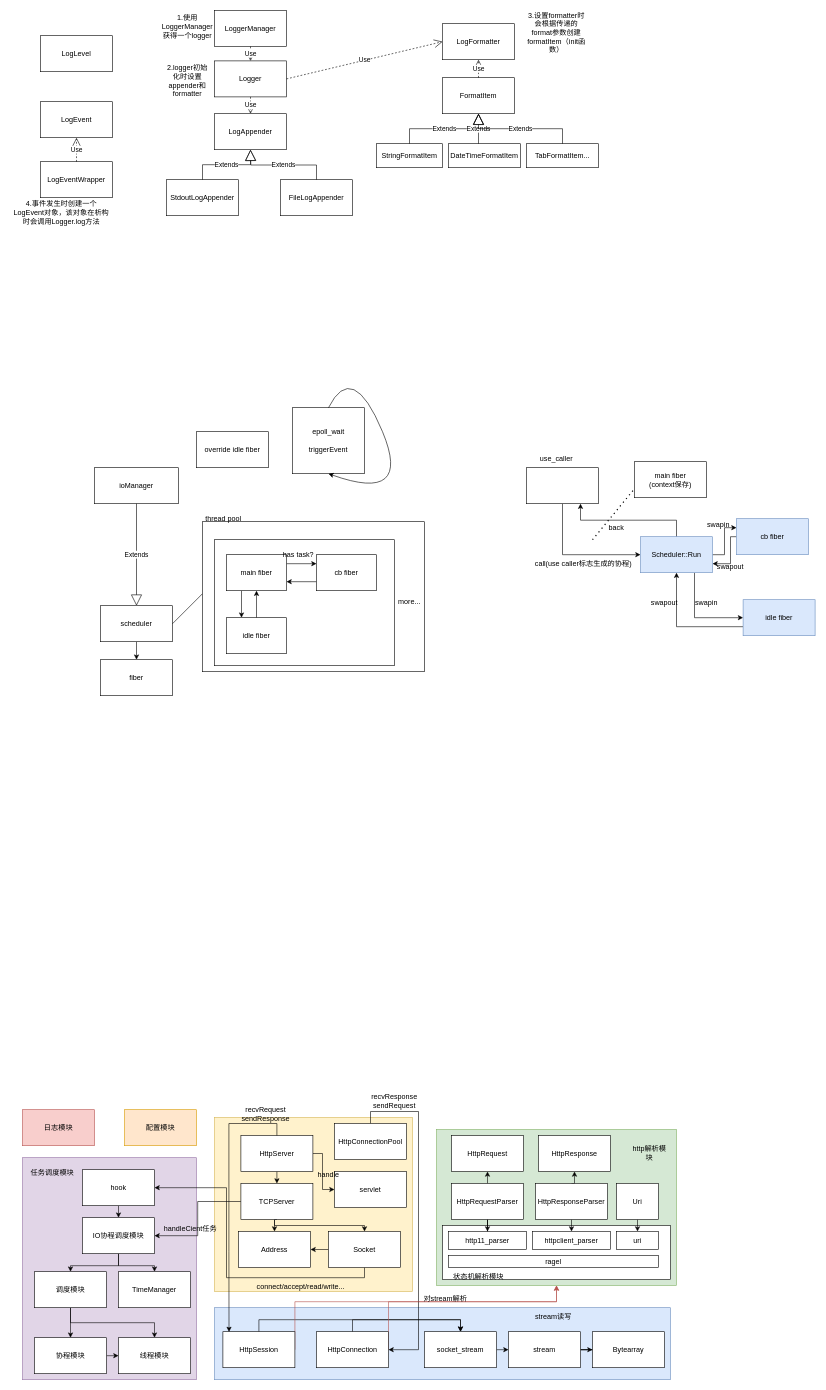
ksd11/charts keeps this draw.io diagram as sylar.drawio. Above is the earlier version. Source tidied: cells renumbered, new cells numbered last; positions are measured from the earlier drawing's top-left corner, leaving out a move shared by most shapes. Both pictures are drawn from the tidied source at 60%, with x=0, y=0 at pixel (10, 10).
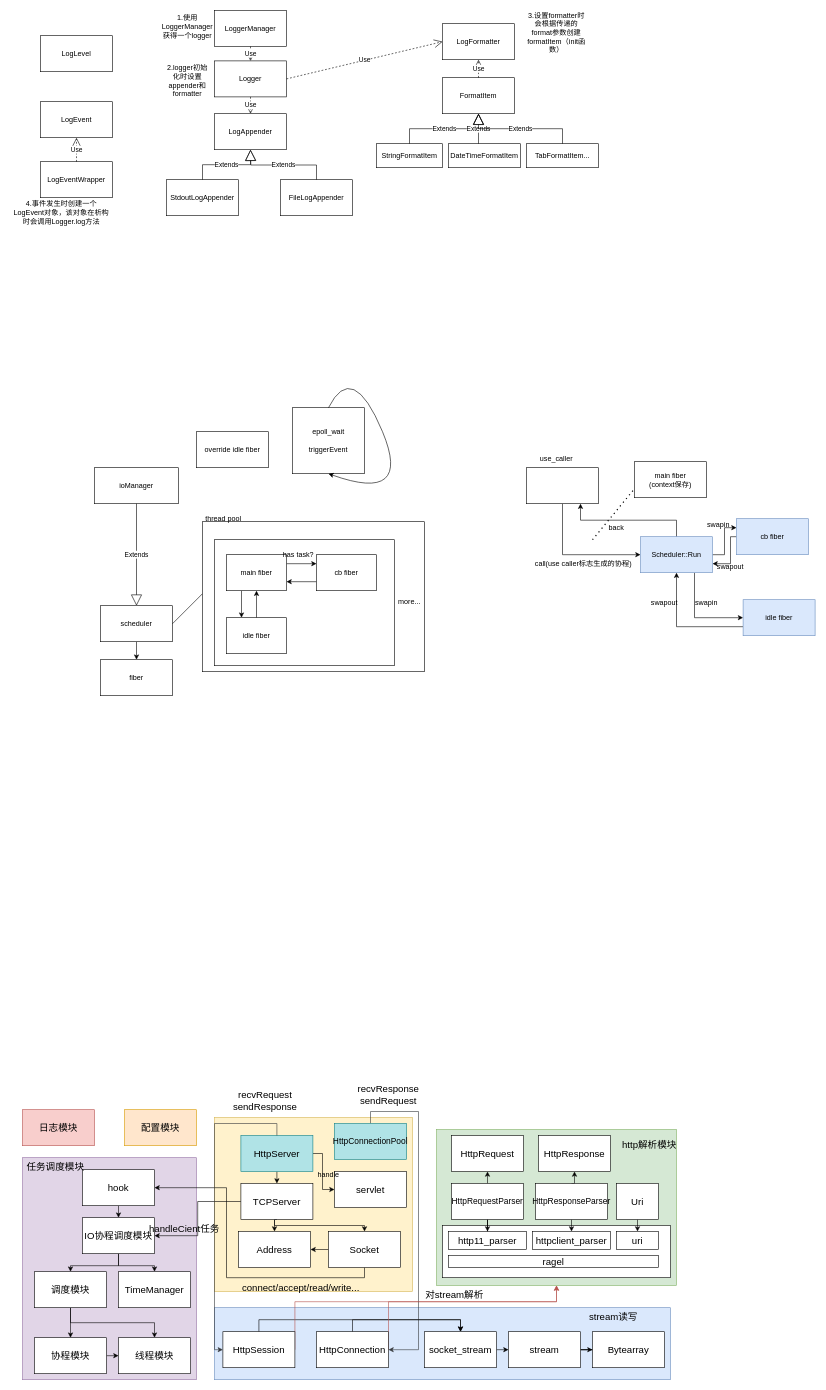
Above is the later version.

Diff of the diagram source:
```diff
@@
     <mxCell id="5" style="rounded=0;whiteSpace=wrap;html=1;" parent="1" vertex="1">
-      <mxGeometry x="720" y="2025" width="380" height="90" as="geometry" />
+      <mxGeometry x="720" y="2025" width="380" height="87" as="geometry" />
     </mxCell>
@@
-    <mxCell id="74" value="日志模块" style="rounded=0;whiteSpace=wrap;html=1;fillColor=#f8cecc;strokeColor=#b85450;" parent="1" vertex="1">
+    <mxCell id="74" value="日志模块" style="rounded=0;whiteSpace=wrap;html=1;fillColor=#f8cecc;strokeColor=#b85450;fontSize=16;" parent="1" vertex="1">
       <mxGeometry x="20" y="1832" width="120" height="60" as="geometry" />
     </mxCell>
-    <mxCell id="75" value="配置模块" style="rounded=0;whiteSpace=wrap;html=1;fillColor=#ffe6cc;strokeColor=#d79b00;" parent="1" vertex="1">
+    <mxCell id="75" value="配置模块" style="rounded=0;whiteSpace=wrap;html=1;fillColor=#ffe6cc;strokeColor=#d79b00;fontSize=16;" parent="1" vertex="1">
       <mxGeometry x="190" y="1832" width="120" height="60" as="geometry" />
     </mxCell>
-    <mxCell id="76" value="线程模块" style="rounded=0;whiteSpace=wrap;html=1;" parent="1" vertex="1">
+    <mxCell id="76" value="线程模块" style="rounded=0;whiteSpace=wrap;html=1;fontSize=16;" parent="1" vertex="1">
       <mxGeometry x="180" y="2212" width="120" height="60" as="geometry" />
     </mxCell>
@@
-    <mxCell id="78" value="协程模块" style="rounded=0;whiteSpace=wrap;html=1;" parent="1" vertex="1">
+    <mxCell id="78" value="协程模块" style="rounded=0;whiteSpace=wrap;html=1;fontSize=16;" parent="1" vertex="1">
       <mxGeometry x="40" y="2212" width="120" height="60" as="geometry" />
     </mxCell>
@@
-    <mxCell id="81" value="调度模块" style="rounded=0;whiteSpace=wrap;html=1;" parent="1" vertex="1">
+    <mxCell id="81" value="调度模块" style="rounded=0;whiteSpace=wrap;html=1;fontSize=16;" parent="1" vertex="1">
       <mxGeometry x="40" y="2102" width="120" height="60" as="geometry" />
     </mxCell>
@@
-    <mxCell id="84" value="IO协程调度模块" style="rounded=0;whiteSpace=wrap;html=1;" parent="1" vertex="1">
+    <mxCell id="84" value="IO协程调度模块" style="rounded=0;whiteSpace=wrap;html=1;fontSize=16;" parent="1" vertex="1">
       <mxGeometry x="120" y="2012" width="120" height="60" as="geometry" />
     </mxCell>
-    <mxCell id="85" value="Address" style="rounded=0;whiteSpace=wrap;html=1;" parent="1" vertex="1">
+    <mxCell id="85" value="Address" style="rounded=0;whiteSpace=wrap;html=1;fontSize=16;" parent="1" vertex="1">
       <mxGeometry x="380" y="2035" width="120" height="60" as="geometry" />
     </mxCell>
@@
-    <mxCell id="88" value="Socket" style="rounded=0;whiteSpace=wrap;html=1;" parent="1" vertex="1">
+    <mxCell id="88" value="Socket" style="rounded=0;whiteSpace=wrap;html=1;fontSize=16;" parent="1" vertex="1">
       <mxGeometry x="530" y="2035" width="120" height="60" as="geometry" />
     </mxCell>
@@
-    <mxCell id="92" value="TCPServer" style="rounded=0;whiteSpace=wrap;html=1;" parent="1" vertex="1">
+    <mxCell id="92" value="TCPServer" style="rounded=0;whiteSpace=wrap;html=1;fontSize=16;" parent="1" vertex="1">
       <mxGeometry x="384" y="1955" width="120" height="60" as="geometry" />
     </mxCell>
@@
-    <mxCell id="95" value="HttpServer" style="rounded=0;whiteSpace=wrap;html=1;" parent="1" vertex="1">
+    <mxCell id="95" value="HttpServer" style="rounded=0;whiteSpace=wrap;html=1;fillColor=#b0e3e6;strokeColor=#0e8088;fontSize=16;" parent="1" vertex="1">
       <mxGeometry x="384" y="1875" width="120" height="60" as="geometry" />
     </mxCell>
@@
-    <mxCell id="98" value="HttpSession" style="rounded=0;whiteSpace=wrap;html=1;" parent="1" vertex="1">
+    <mxCell id="98" value="HttpSession" style="rounded=0;whiteSpace=wrap;html=1;fontSize=16;" parent="1" vertex="1">
       <mxGeometry x="354" y="2202" width="120" height="60" as="geometry" />
     </mxCell>
-    <mxCell id="99" style="edgeStyle=orthogonalEdgeStyle;rounded=0;jettySize=auto;html=1;exitX=0.5;exitY=0;exitDx=0;exitDy=0;entryX=1;entryY=0.5;entryDx=0;entryDy=0;" parent="1" edge="1" source="100" target="103">
+    <mxCell id="99" style="edgeStyle=orthogonalEdgeStyle;rounded=0;jettySize=auto;html=1;exitX=0.5;exitY=0;exitDx=0;exitDy=0;entryX=1;entryY=0.5;entryDx=0;entryDy=0;fillColor=#ffff88;strokeColor=#36393d;" parent="1" edge="1" source="100" target="103">
       <mxGeometry relative="1" as="geometry">
         <Array as="points">
           <mxPoint x="600" y="1835" />
           <mxPoint x="680" y="1835" />
           <mxPoint x="680" y="2232" />
         </Array>
       </mxGeometry>
     </mxCell>
-    <mxCell id="100" value="HttpConnectionPool" style="rounded=0;whiteSpace=wrap;html=1;" parent="1" vertex="1">
+    <mxCell id="100" value="HttpConnectionPool" style="rounded=0;whiteSpace=wrap;html=1;fillColor=#b0e3e6;strokeColor=#0e8088;fontSize=14;" parent="1" vertex="1">
       <mxGeometry x="540" y="1855" width="120" height="60" as="geometry" />
     </mxCell>
@@
-    <mxCell id="103" value="HttpConnection" style="rounded=0;whiteSpace=wrap;html=1;" parent="1" vertex="1">
+    <mxCell id="103" value="HttpConnection" style="rounded=0;whiteSpace=wrap;html=1;fontSize=16;" parent="1" vertex="1">
       <mxGeometry x="510" y="2202" width="120" height="60" as="geometry" />
     </mxCell>
@@
-    <mxCell id="106" value="HttpRequestParser" style="rounded=0;whiteSpace=wrap;html=1;" parent="1" vertex="1">
+    <mxCell id="106" value="HttpRequestParser" style="rounded=0;whiteSpace=wrap;html=1;fontSize=14;" parent="1" vertex="1">
       <mxGeometry x="735" y="1955" width="120" height="60" as="geometry" />
     </mxCell>
@@
-    <mxCell id="109" value="HttpResponseParser" style="rounded=0;whiteSpace=wrap;html=1;" parent="1" vertex="1">
+    <mxCell id="109" value="HttpResponseParser" style="rounded=0;whiteSpace=wrap;html=1;fontSize=14;" parent="1" vertex="1">
       <mxGeometry x="875" y="1955" width="120" height="60" as="geometry" />
     </mxCell>
-    <mxCell id="110" value="HttpRequest" style="rounded=0;whiteSpace=wrap;html=1;" parent="1" vertex="1">
+    <mxCell id="110" value="HttpRequest" style="rounded=0;whiteSpace=wrap;html=1;fontSize=16;" parent="1" vertex="1">
       <mxGeometry x="735" y="1875" width="120" height="60" as="geometry" />
     </mxCell>
-    <mxCell id="111" value="HttpResponse" style="rounded=0;whiteSpace=wrap;html=1;" parent="1" vertex="1">
+    <mxCell id="111" value="HttpResponse" style="rounded=0;whiteSpace=wrap;html=1;fontSize=16;" parent="1" vertex="1">
       <mxGeometry x="880" y="1875" width="120" height="60" as="geometry" />
     </mxCell>
@@
-    <mxCell id="113" value="socket_stream" style="rounded=0;whiteSpace=wrap;html=1;" parent="1" vertex="1">
+    <mxCell id="113" value="socket_stream" style="rounded=0;whiteSpace=wrap;html=1;fontSize=16;" parent="1" vertex="1">
       <mxGeometry x="690" y="2202" width="120" height="60" as="geometry" />
     </mxCell>
@@
-    <mxCell id="115" value="stream" style="rounded=0;whiteSpace=wrap;html=1;" parent="1" vertex="1">
+    <mxCell id="115" value="stream" style="rounded=0;whiteSpace=wrap;html=1;fontSize=16;" parent="1" vertex="1">
       <mxGeometry x="830" y="2202" width="120" height="60" as="geometry" />
     </mxCell>
-    <mxCell id="116" value="Bytearray" style="rounded=0;whiteSpace=wrap;html=1;" parent="1" vertex="1">
+    <mxCell id="116" value="Bytearray" style="rounded=0;whiteSpace=wrap;html=1;fontSize=16;" parent="1" vertex="1">
       <mxGeometry x="970" y="2202" width="120" height="60" as="geometry" />
     </mxCell>
-    <mxCell id="117" value="TimeManager" style="rounded=0;whiteSpace=wrap;html=1;" parent="1" vertex="1">
+    <mxCell id="117" value="TimeManager" style="rounded=0;whiteSpace=wrap;html=1;fontSize=16;" parent="1" vertex="1">
       <mxGeometry x="180" y="2102" width="120" height="60" as="geometry" />
     </mxCell>
@@
-    <mxCell id="119" value="hook" style="rounded=0;whiteSpace=wrap;html=1;" parent="1" vertex="1">
+    <mxCell id="119" value="hook" style="rounded=0;whiteSpace=wrap;html=1;fontSize=16;" parent="1" vertex="1">
       <mxGeometry x="120" y="1932" width="120" height="60" as="geometry" />
     </mxCell>
-    <mxCell id="120" value="任务调度模块" style="text;html=1;align=center;verticalAlign=middle;whiteSpace=wrap;rounded=0;" parent="1" vertex="1">
-      <mxGeometry x="30" y="1922" width="80" height="30" as="geometry" />
+    <mxCell id="120" value="任务调度模块" style="text;html=1;align=center;verticalAlign=middle;whiteSpace=wrap;rounded=0;fontSize=16;" parent="1" vertex="1">
+      <mxGeometry x="20" y="1912" width="110" height="30" as="geometry" />
     </mxCell>
-    <mxCell id="121" value="ragel" style="rounded=0;whiteSpace=wrap;html=1;" parent="1" vertex="1">
+    <mxCell id="121" value="ragel" style="rounded=0;whiteSpace=wrap;html=1;fontSize=16;" parent="1" vertex="1">
       <mxGeometry x="730" y="2075" width="350" height="20" as="geometry" />
     </mxCell>
@@
-    <mxCell id="123" value="Uri" style="rounded=0;whiteSpace=wrap;html=1;" parent="1" vertex="1">
+    <mxCell id="123" value="Uri" style="rounded=0;whiteSpace=wrap;html=1;fontSize=16;" parent="1" vertex="1">
       <mxGeometry x="1010" y="1955" width="70" height="60" as="geometry" />
     </mxCell>
-    <mxCell id="124" value="http11_parser" style="rounded=0;whiteSpace=wrap;html=1;" parent="1" vertex="1">
+    <mxCell id="124" value="http11_parser" style="rounded=0;whiteSpace=wrap;html=1;fontSize=16;" parent="1" vertex="1">
       <mxGeometry x="730" y="2035" width="130" height="30" as="geometry" />
     </mxCell>
-    <mxCell id="125" value="httpclient_parser" style="rounded=0;whiteSpace=wrap;html=1;" parent="1" vertex="1">
+    <mxCell id="125" value="httpclient_parser" style="rounded=0;whiteSpace=wrap;html=1;fontSize=16;" parent="1" vertex="1">
       <mxGeometry x="870" y="2035" width="130" height="30" as="geometry" />
     </mxCell>
-    <mxCell id="126" value="uri" style="rounded=0;whiteSpace=wrap;html=1;" parent="1" vertex="1">
+    <mxCell id="126" value="uri" style="rounded=0;whiteSpace=wrap;html=1;fontSize=16;" parent="1" vertex="1">
       <mxGeometry x="1010" y="2035" width="70" height="30" as="geometry" />
     </mxCell>
-    <mxCell id="127" value="状态机解析模块" style="text;html=1;align=center;verticalAlign=middle;whiteSpace=wrap;rounded=0;" parent="1" vertex="1">
-      <mxGeometry x="735" y="2095" width="90" height="30" as="geometry" />
-    </mxCell>
-    <mxCell id="128" value="&lt;div&gt;handleCient任务&lt;/div&gt;" style="text;html=1;align=center;verticalAlign=middle;whiteSpace=wrap;rounded=0;" parent="1" vertex="1">
-      <mxGeometry x="250" y="2015" width="100" height="30" as="geometry" />
+    <mxCell id="128" value="&lt;div style=&quot;font-size: 16px;&quot;&gt;handleCient任务&lt;/div&gt;" style="text;html=1;align=center;verticalAlign=middle;whiteSpace=wrap;rounded=0;fontSize=16;" parent="1" vertex="1">
+      <mxGeometry x="230" y="2015" width="120" height="30" as="geometry" />
     </mxCell>
-    <mxCell id="129" value="connect/accept/read/write..." style="text;html=1;align=center;verticalAlign=middle;whiteSpace=wrap;rounded=0;" parent="1" vertex="1">
+    <mxCell id="129" value="connect/accept/read/write..." style="text;html=1;align=center;verticalAlign=middle;whiteSpace=wrap;rounded=0;fontSize=16;" parent="1" vertex="1">
       <mxGeometry x="394" y="2113" width="180" height="30" as="geometry" />
     </mxCell>
-    <mxCell id="130" value="http解析模块" style="text;html=1;align=center;verticalAlign=middle;whiteSpace=wrap;rounded=0;" parent="1" vertex="1">
-      <mxGeometry x="1030" y="1890" width="70" height="30" as="geometry" />
+    <mxCell id="130" value="http解析模块" style="text;html=1;align=center;verticalAlign=middle;whiteSpace=wrap;rounded=0;fontSize=16;" parent="1" vertex="1">
+      <mxGeometry x="1010" y="1875" width="110" height="30" as="geometry" />
     </mxCell>
-    <mxCell id="131" value="stream读写" style="text;html=1;align=center;verticalAlign=middle;whiteSpace=wrap;rounded=0;" parent="1" vertex="1">
-      <mxGeometry x="870" y="2162" width="70" height="30" as="geometry" />
+    <mxCell id="131" value="stream读写" style="text;html=1;align=center;verticalAlign=middle;whiteSpace=wrap;rounded=0;fontSize=16;" parent="1" vertex="1">
+      <mxGeometry x="960" y="2162" width="90" height="30" as="geometry" />
     </mxCell>
-    <mxCell id="132" value="recvRequest&lt;div&gt;sendResponse&lt;/div&gt;" style="text;html=1;align=center;verticalAlign=middle;whiteSpace=wrap;rounded=0;" parent="1" vertex="1">
-      <mxGeometry x="380" y="1825" width="91" height="30" as="geometry" />
+    <mxCell id="132" value="recvRequest&lt;div style=&quot;font-size: 16px;&quot;&gt;sendResponse&lt;/div&gt;" style="text;html=1;align=center;verticalAlign=middle;whiteSpace=wrap;rounded=0;fontSize=16;" parent="1" vertex="1">
+      <mxGeometry x="379" y="1802" width="91" height="30" as="geometry" />
     </mxCell>
-    <mxCell id="133" value="servlet" style="rounded=0;whiteSpace=wrap;html=1;" parent="1" vertex="1">
+    <mxCell id="133" value="servlet" style="rounded=0;whiteSpace=wrap;html=1;fontSize=16;" parent="1" vertex="1">
       <mxGeometry x="540" y="1935" width="120" height="60" as="geometry" />
     </mxCell>
@@
-    <mxCell id="135" value="recvResponse&lt;div&gt;sendRequest&lt;/div&gt;" style="text;html=1;align=center;verticalAlign=middle;whiteSpace=wrap;rounded=0;" parent="1" vertex="1">
-      <mxGeometry x="610" y="1802" width="60" height="30" as="geometry" />
+    <mxCell id="135" value="recvResponse&lt;div style=&quot;font-size: 16px;&quot;&gt;sendRequest&lt;/div&gt;" style="text;html=1;align=center;verticalAlign=middle;whiteSpace=wrap;rounded=0;fontSize=16;" parent="1" vertex="1">
+      <mxGeometry x="600" y="1792" width="60" height="30" as="geometry" />
     </mxCell>
-    <mxCell id="136" value="对stream解析" style="text;html=1;align=center;verticalAlign=middle;whiteSpace=wrap;rounded=0;" parent="1" vertex="1">
-      <mxGeometry x="680" y="2132" width="90" height="30" as="geometry" />
+    <mxCell id="136" value="对stream解析" style="text;html=1;align=center;verticalAlign=middle;whiteSpace=wrap;rounded=0;fontSize=16;" parent="1" vertex="1">
+      <mxGeometry x="680" y="2125" width="120" height="30" as="geometry" />
     </mxCell>
-    <mxCell id="137" style="edgeStyle=orthogonalEdgeStyle;rounded=0;jettySize=auto;html=1;exitX=0.5;exitY=0;exitDx=0;exitDy=0;entryX=0.085;entryY=0.006;entryDx=0;entryDy=0;entryPerimeter=0;" parent="1" edge="1" source="95" target="98">
-      <mxGeometry relative="1" as="geometry" />
+    <mxCell id="137" style="edgeStyle=orthogonalEdgeStyle;rounded=0;jettySize=auto;html=1;exitX=0.5;exitY=0;exitDx=0;exitDy=0;entryX=0;entryY=0.5;entryDx=0;entryDy=0;fillColor=#ffff88;strokeColor=#36393d;" parent="1" edge="1" source="95" target="98">
+      <mxGeometry relative="1" as="geometry">
+        <Array as="points">
+          <mxPoint x="444" y="1855" />
+          <mxPoint x="340" y="1855" />
+          <mxPoint x="340" y="2232" />
+        </Array>
+      </mxGeometry>
     </mxCell>
```
